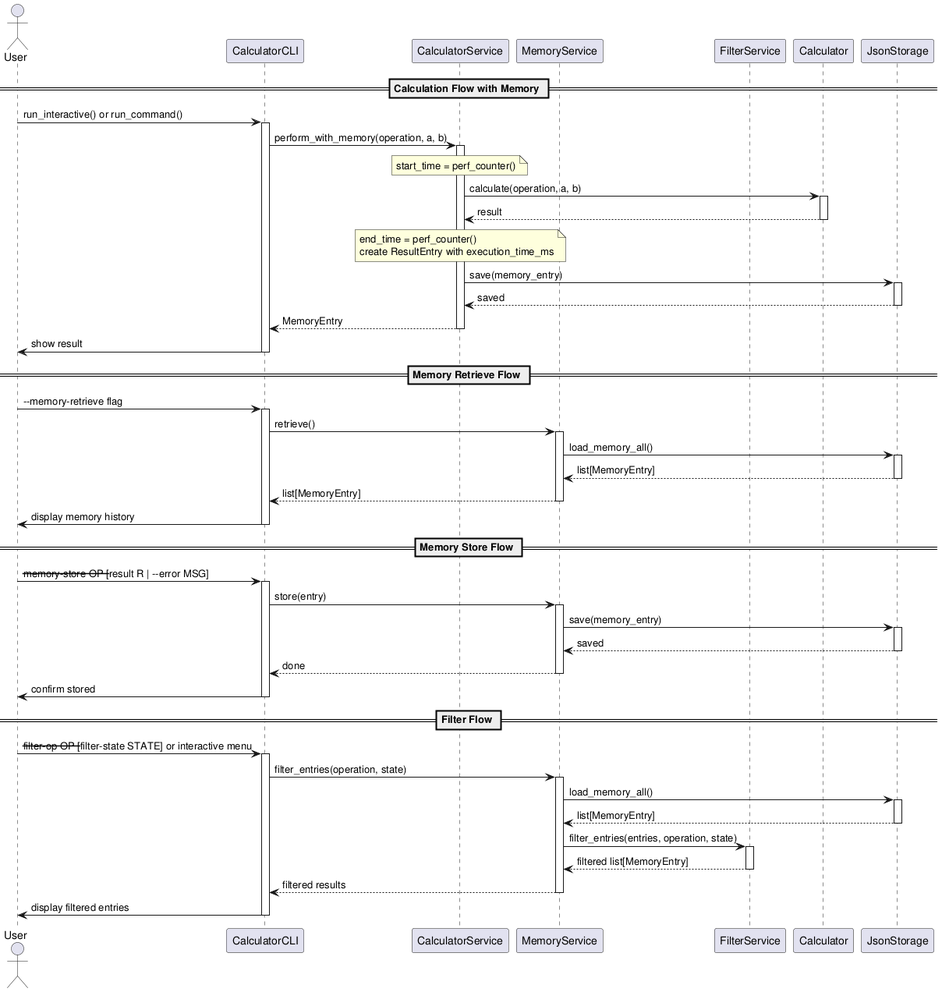
This is experiments/broadcast/user_stories/calculator/artifacts/sequence_diagram.png from DanielRiha8906/Software_autoevolution_using_agents, a PlantUML export, as it was before one commit.
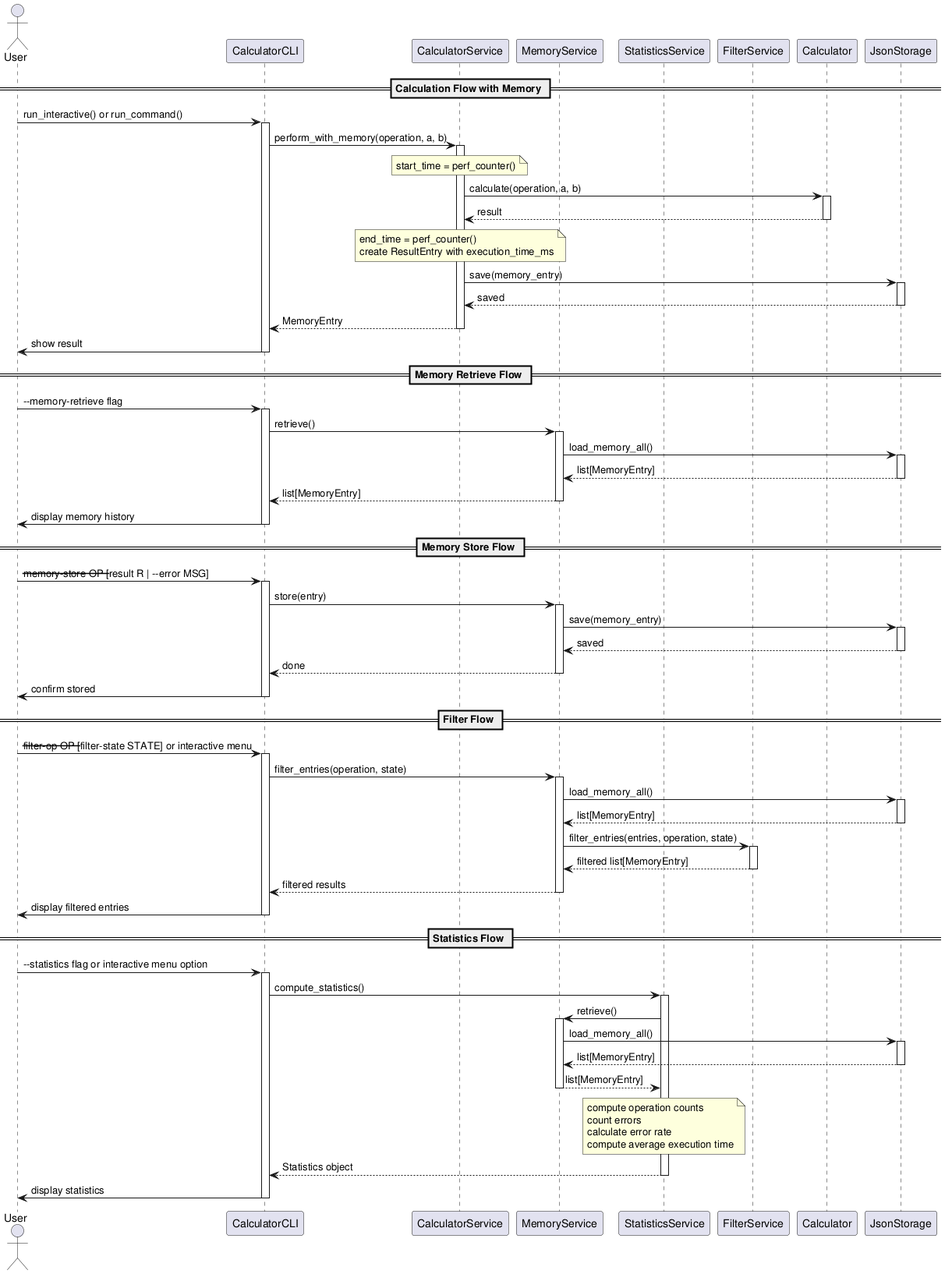
After the commit.

The edit, as a diff of the source:
```diff
@@ -4,6 +4,7 @@
 participant CalculatorCLI
 participant CalculatorService
 participant MemoryService
+participant StatisticsService
 participant FilterService
 participant Calculator
 participant JsonStorage
@@ -94,4 +95,30 @@
 CalculatorCLI -> User: display filtered entries
 deactivate CalculatorCLI
 
+== Statistics Flow ==
+User -> CalculatorCLI: --statistics flag or interactive menu option
+activate CalculatorCLI
+
+CalculatorCLI -> StatisticsService: compute_statistics()
+activate StatisticsService
+
+StatisticsService -> MemoryService: retrieve()
+activate MemoryService
+
+MemoryService -> JsonStorage: load_memory_all()
+activate JsonStorage
+JsonStorage --> MemoryService: list[MemoryEntry]
+deactivate JsonStorage
+
+MemoryService --> StatisticsService: list[MemoryEntry]
+deactivate MemoryService
+
+note over StatisticsService: compute operation counts\ncount errors\ncalculate error rate\ncompute average execution time
+
+StatisticsService --> CalculatorCLI: Statistics object
+deactivate StatisticsService
+
+CalculatorCLI -> User: display statistics
+deactivate CalculatorCLI
+
 @enduml
```
